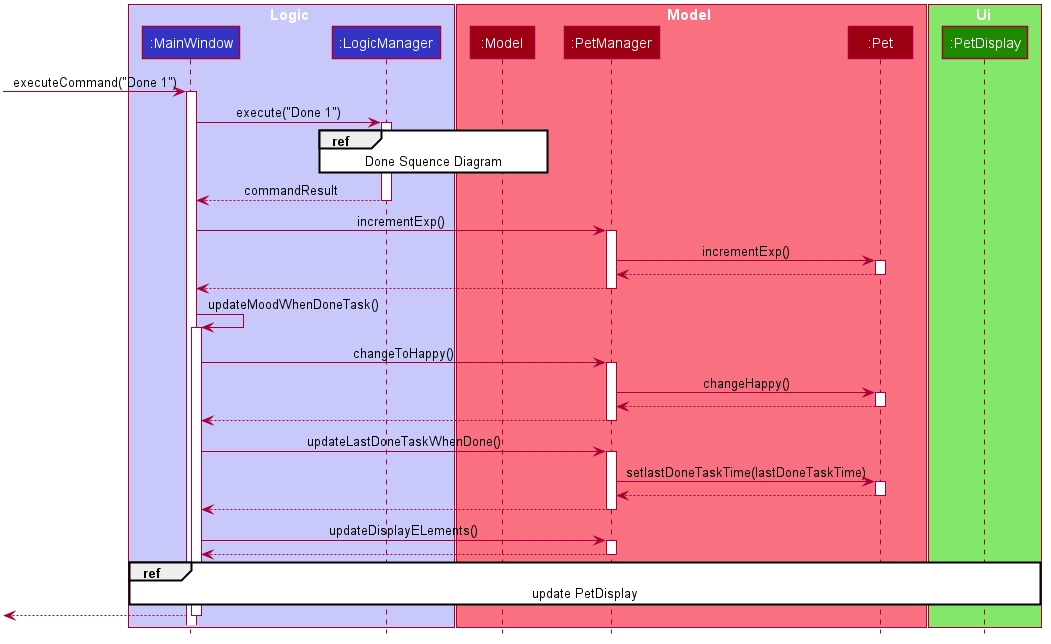
Above: docs/images/PetSequenceDiagram.png in nus-cs2103-AY1920S2/addressbook-level3 (PlantUML), before the change.
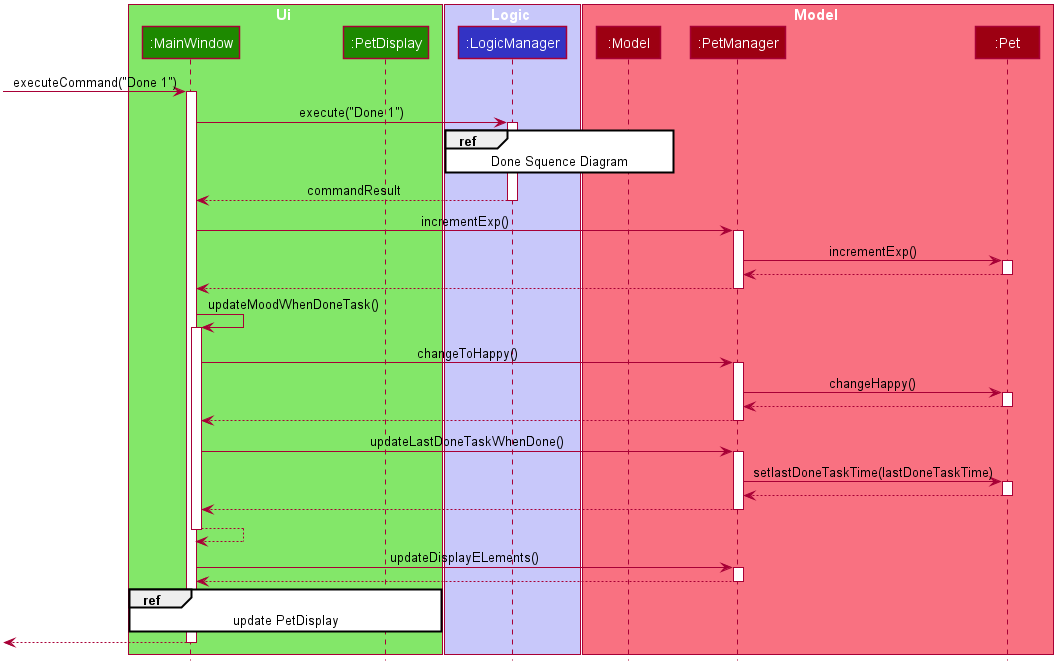
The same file after the commit.

What changed in the source:
```diff
@@ -48,8 +48,12 @@
 hide members
 hide circle
 
+box Ui #83E769
+participant ":MainWindow" as MainWindow #1D8900
+participant ":PetDisplay" as PetDisplay #1D8900
+end box
+
 box Logic #C8C8FA
-participant ":MainWindow" as MainWindow #3333C4
 participant ":LogicManager" as LogicManager #3333C4
 end box
 
@@ -57,10 +61,6 @@
 participant ":Model" as Model #9D0012
 participant ":PetManager" as PetManager #9D0012
 participant ":Pet" as Pet #9D0012
-end box
-
-box Ui #83E769
-participant ":PetDisplay" as PetDisplay #1D8900
 end box
 
 [-> MainWindow : executeCommand("Done 1")
@@ -115,6 +115,9 @@
 PetManager --> MainWindow
 deactivate PetManager
 
+MainWindow --> MainWindow
+deactivate MainWindow
+
 MainWindow -> PetManager : updateDisplayELements()
 activate PetManager
 
```
